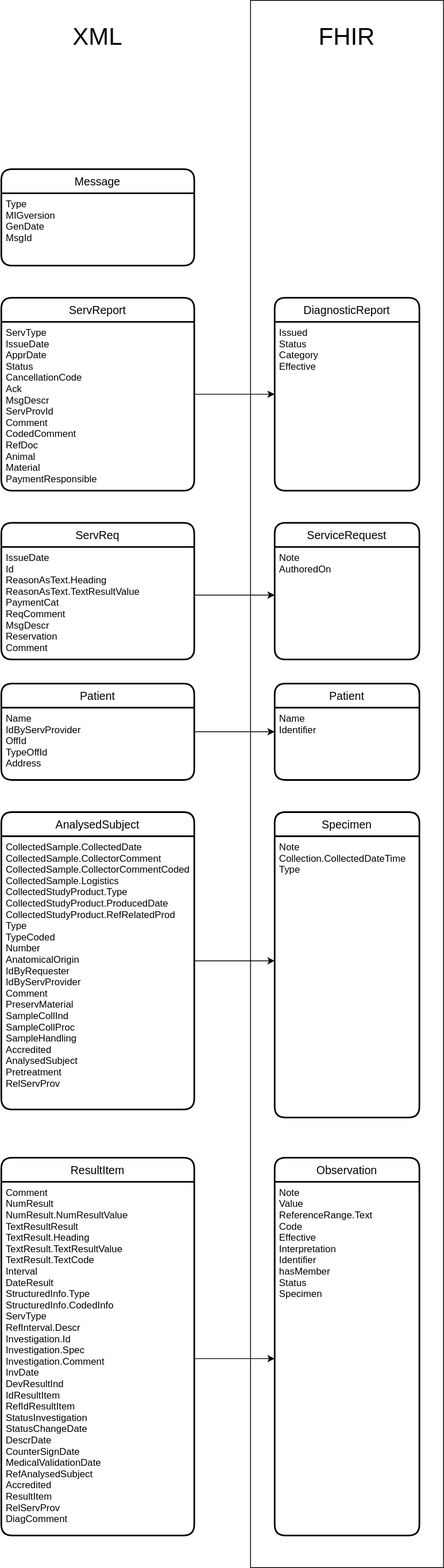
Above: Visual mapping.svg in HL7Norway/NILAR (draw.io), before the change. Source tidied: cells renumbered, new cells last; positions are measured from the earlier drawing's top-left corner, leaving out a move shared by most shapes.
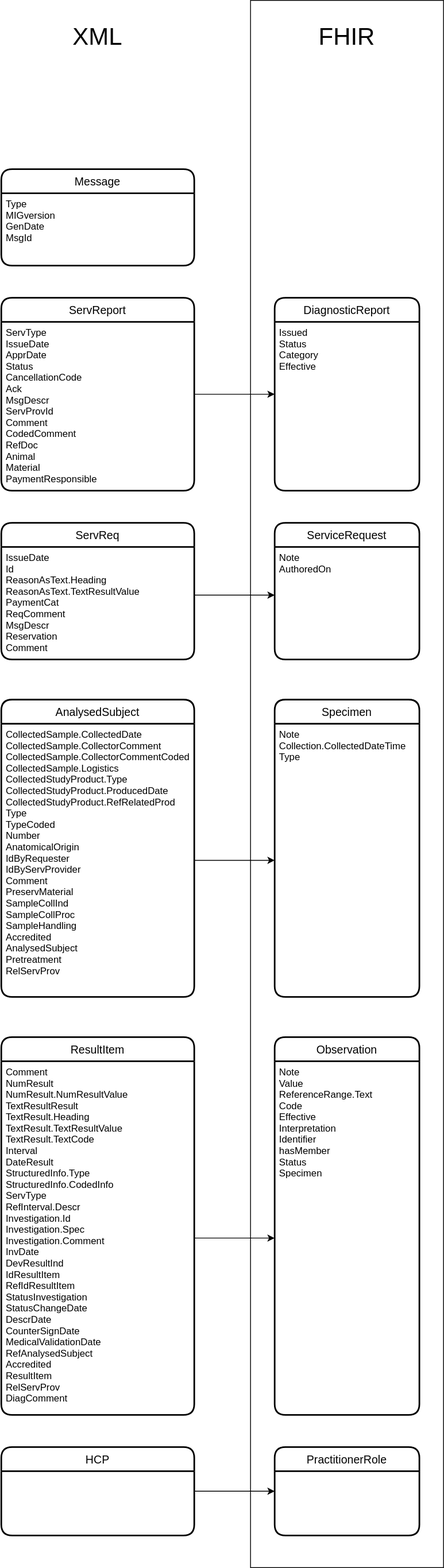
After the change.

What changed in the source:
```diff
@@ -35,38 +35,26 @@
     <mxCell id="12" value="Note&#10;AuthoredOn&#10;" style="align=left;strokeColor=none;fillColor=none;spacingLeft=4;fontSize=12;verticalAlign=top;" parent="11" vertex="1">
       <mxGeometry y="30" width="180" height="140" as="geometry" />
     </mxCell>
-    <mxCell id="13" value="Patient" style="swimlane;horizontal=1;startSize=30;rounded=1;fontSize=14;fontStyle=0;strokeWidth=2;shadow=0;dashed=0;align=center;" parent="1" vertex="1">
-      <mxGeometry y="850" width="240" height="120" as="geometry" />
-    </mxCell>
-    <mxCell id="14" value="Name&#10;IdByServProvider&#10;OffId&#10;TypeOffId&#10;Address" style="align=left;strokeColor=none;fillColor=none;spacingLeft=4;fontSize=12;verticalAlign=top;" parent="13" vertex="1">
-      <mxGeometry y="30" width="240" height="90" as="geometry" />
-    </mxCell>
-    <mxCell id="15" value="Patient" style="swimlane;horizontal=1;startSize=30;rounded=1;fontSize=14;fontStyle=0;strokeWidth=2;shadow=0;dashed=0;align=center;" parent="1" vertex="1">
-      <mxGeometry x="340" y="850" width="180" height="120" as="geometry" />
-    </mxCell>
-    <mxCell id="16" value="Name&#10;Identifier&#10;" style="align=left;strokeColor=none;fillColor=none;spacingLeft=4;fontSize=12;verticalAlign=top;" parent="15" vertex="1">
-      <mxGeometry y="30" width="180" height="90" as="geometry" />
-    </mxCell>
     <mxCell id="17" value="AnalysedSubject" style="swimlane;horizontal=1;startSize=30;rounded=1;fontSize=14;fontStyle=0;strokeWidth=2;shadow=0;dashed=0;align=center;" parent="1" vertex="1">
-      <mxGeometry y="1010" width="240" height="370" as="geometry" />
+      <mxGeometry y="870" width="240" height="370" as="geometry" />
     </mxCell>
     <mxCell id="18" value="CollectedSample.CollectedDate&#10;CollectedSample.CollectorComment&#10;CollectedSample.CollectorCommentCoded&#10;CollectedSample.Logistics&#10;CollectedStudyProduct.Type&#10;CollectedStudyProduct.ProducedDate&#10;CollectedStudyProduct.RefRelatedProd&#10;Type&#10;TypeCoded&#10;Number&#10;AnatomicalOrigin&#10;IdByRequester&#10;IdByServProvider&#10;Comment&#10;PreservMaterial&#10;SampleCollInd&#10;SampleCollProc&#10;SampleHandling&#10;Accredited&#10;AnalysedSubject&#10;Pretreatment&#10;RelServProv" style="align=left;strokeColor=none;fillColor=none;spacingLeft=4;fontSize=12;verticalAlign=top;" parent="17" vertex="1">
       <mxGeometry y="30" width="240" height="340" as="geometry" />
     </mxCell>
     <mxCell id="19" value="Specimen" style="swimlane;horizontal=1;startSize=30;rounded=1;fontSize=14;fontStyle=0;strokeWidth=2;shadow=0;dashed=0;align=center;" parent="1" vertex="1">
-      <mxGeometry x="340" y="1010" width="180" height="380" as="geometry" />
+      <mxGeometry x="340" y="870" width="180" height="370" as="geometry" />
     </mxCell>
     <mxCell id="20" value="Note&#10;Collection.CollectedDateTime&#10;Type&#10;" style="align=left;strokeColor=none;fillColor=none;spacingLeft=4;fontSize=12;verticalAlign=top;" parent="19" vertex="1">
-      <mxGeometry y="30" width="180" height="350" as="geometry" />
+      <mxGeometry y="30" width="180" height="340" as="geometry" />
     </mxCell>
     <mxCell id="21" value="ResultItem" style="swimlane;horizontal=1;startSize=30;rounded=1;fontSize=14;fontStyle=0;strokeWidth=2;shadow=0;dashed=0;align=center;" parent="1" vertex="1">
-      <mxGeometry y="1440" width="240" height="470" as="geometry" />
+      <mxGeometry y="1290" width="240" height="470" as="geometry" />
     </mxCell>
     <mxCell id="22" value="Comment&#10;NumResult&#10;NumResult.NumResultValue&#10;TextResultResult&#10;TextResult.Heading&#10;TextResult.TextResultValue&#10;TextResult.TextCode&#10;Interval&#10;DateResult&#10;StructuredInfo.Type&#10;StructuredInfo.CodedInfo&#10;ServType&#10;RefInterval.Descr&#10;Investigation.Id&#10;Investigation.Spec&#10;Investigation.Comment&#10;InvDate&#10;DevResultInd&#10;IdResultItem&#10;RefIdResultItem&#10;StatusInvestigation&#10;StatusChangeDate&#10;DescrDate&#10;CounterSignDate&#10;MedicalValidationDate&#10;RefAnalysedSubject&#10;Accredited&#10;ResultItem&#10;RelServProv&#10;DiagComment" style="align=left;strokeColor=none;fillColor=none;spacingLeft=4;fontSize=12;verticalAlign=top;" parent="21" vertex="1">
       <mxGeometry y="30" width="240" height="440" as="geometry" />
     </mxCell>
     <mxCell id="23" value="Observation" style="swimlane;horizontal=1;startSize=30;rounded=1;fontSize=14;fontStyle=0;strokeWidth=2;shadow=0;dashed=0;align=center;" parent="1" vertex="1">
-      <mxGeometry x="340" y="1440" width="180" height="470" as="geometry" />
+      <mxGeometry x="340" y="1290" width="180" height="470" as="geometry" />
     </mxCell>
     <mxCell id="24" value="Note&#10;Value&#10;ReferenceRange.Text&#10;Code&#10;Effective&#10;Interpretation&#10;Identifier&#10;hasMember&#10;Status&#10;Specimen&#10;" style="align=left;strokeColor=none;fillColor=none;spacingLeft=4;fontSize=12;verticalAlign=top;" parent="23" vertex="1">
       <mxGeometry y="30" width="180" height="440" as="geometry" />
@@ -82,23 +70,13 @@
         <mxPoint x="340" y="740" as="targetPoint" />
       </mxGeometry>
     </mxCell>
-    <mxCell id="27" style="endArrow=classic;html=1;rounded=0;" parent="1" edge="1">
-      <mxGeometry relative="1" as="geometry">
-        <mxPoint x="240" y="910" as="sourcePoint" />
-        <mxPoint x="340" y="910" as="targetPoint" />
-      </mxGeometry>
-    </mxCell>
-    <mxCell id="28" style="endArrow=classic;html=1;rounded=0;" parent="1" edge="1">
+    <mxCell id="28" style="endArrow=classic;html=1;rounded=0;entryX=0;entryY=0.5;entryDx=0;entryDy=0;" parent="1" edge="1" target="20">
       <mxGeometry relative="1" as="geometry">
-        <mxPoint x="240" y="1195" as="sourcePoint" />
-        <mxPoint x="340" y="1195" as="targetPoint" />
+        <mxPoint x="240" y="1070" as="sourcePoint" />
       </mxGeometry>
     </mxCell>
-    <mxCell id="29" style="endArrow=classic;html=1;rounded=0;" parent="1" edge="1">
-      <mxGeometry relative="1" as="geometry">
-        <mxPoint x="240" y="1690" as="sourcePoint" />
-        <mxPoint x="340" y="1690" as="targetPoint" />
-      </mxGeometry>
+    <mxCell id="29" style="endArrow=classic;html=1;rounded=0;entryX=0;entryY=0.5;entryDx=0;entryDy=0;exitX=1;exitY=0.5;exitDx=0;exitDy=0;" parent="1" edge="1" source="22" target="24">
+      <mxGeometry relative="1" as="geometry" />
     </mxCell>
     <mxCell id="30" value="XML" style="text;html=1;strokeColor=none;fillColor=none;align=center;verticalAlign=middle;whiteSpace=wrap;rounded=0;strokeWidth=1;fontSize=30;" parent="1" vertex="1">
       <mxGeometry x="90" y="30" width="60" height="30" as="geometry" />
@@ -106,5 +84,14 @@
     <mxCell id="31" value="FHIR" style="text;html=1;strokeColor=none;fillColor=none;align=center;verticalAlign=middle;whiteSpace=wrap;rounded=0;fontSize=30;" parent="1" vertex="1">
       <mxGeometry x="400" y="30" width="60" height="30" as="geometry" />
     </mxCell>
+    <mxCell id="32" value="HCP" style="swimlane;horizontal=1;startSize=30;rounded=1;fontSize=14;fontStyle=0;strokeWidth=2;shadow=0;dashed=0;align=center;" parent="1" vertex="1">
+      <mxGeometry y="1800" width="240" height="110" as="geometry" />
+    </mxCell>
+    <mxCell id="33" value="PractitionerRole" style="swimlane;horizontal=1;startSize=30;rounded=1;fontSize=14;fontStyle=0;strokeWidth=2;shadow=0;dashed=0;align=center;" parent="1" vertex="1">
+      <mxGeometry x="340" y="1800" width="180" height="110" as="geometry" />
+    </mxCell>
+    <mxCell id="34" style="endArrow=classic;html=1;rounded=0;entryX=0;entryY=0.5;entryDx=0;entryDy=0;exitX=1;exitY=0.5;exitDx=0;exitDy=0;" parent="1" edge="1" source="32" target="33">
+      <mxGeometry relative="1" as="geometry" />
+    </mxCell>
   </root>
 </mxGraphModel>
```
